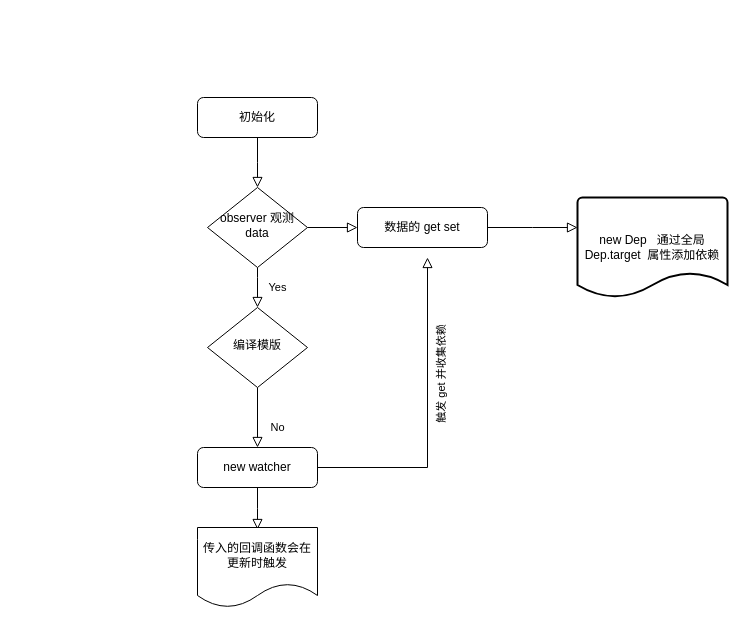
Yuchao-Qin/-webpack keeps this draw.io diagram as vue2.drawio. Above is the earlier version. Source tidied: cells renumbered, new cells numbered last; positions are measured from the earlier drawing's top-left corner, leaving out a move shared by most shapes. Both pictures are drawn from the tidied source at 100%, with x=0, y=0 at pixel (197, 97).
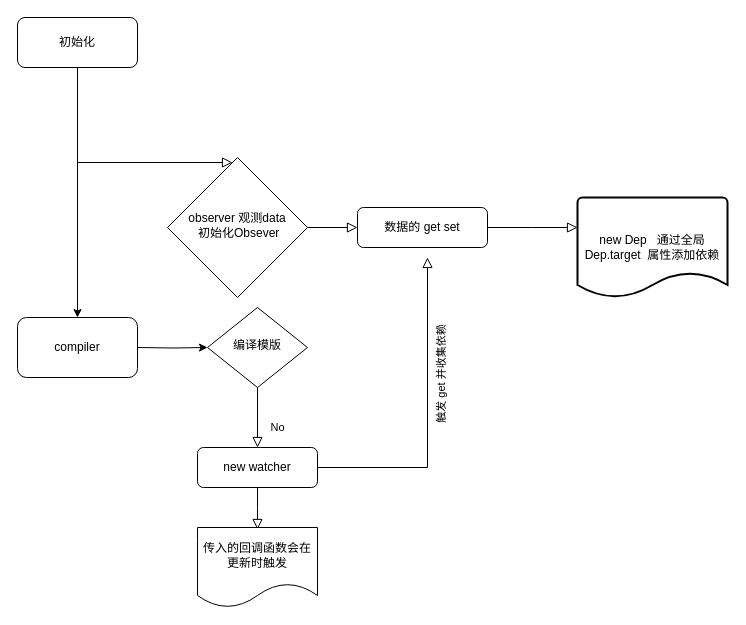
The same diagram, later.

Unchanged cells that the change refers to:
```xml
<mxCell id="10" value="编译模版" style="rhombus;whiteSpace=wrap;html=1;shadow=0;fontFamily=Helvetica;fontSize=12;align=center;strokeWidth=1;spacing=6;spacingTop=-4;" parent="1" vertex="1">
  <mxGeometry x="10" y="210" width="100" height="80" as="geometry" />
</mxCell>
```

What changed in the source:
```diff
@@
+    <mxCell id="16" style="edgeStyle=orthogonalEdgeStyle;rounded=0;jettySize=auto;html=1;" parent="1" edge="1" source="3" target="18">
+      <mxGeometry relative="1" as="geometry" />
+    </mxCell>
     <mxCell id="3" value="初始化" style="rounded=1;whiteSpace=wrap;html=1;fontSize=12;glass=0;strokeWidth=1;shadow=0;" parent="1" vertex="1">
-      <mxGeometry width="120" height="40" as="geometry" />
+      <mxGeometry x="-180" y="-80" width="120" height="50" as="geometry" />
     </mxCell>
-    <mxCell id="4" value="Yes" style="rounded=0;html=1;jettySize=auto;fontSize=11;endArrow=block;endFill=0;endSize=8;strokeWidth=1;shadow=0;labelBackgroundColor=none;edgeStyle=orthogonalEdgeStyle;" parent="1" edge="1" source="6" target="10">
-      <mxGeometry y="20" relative="1" as="geometry">
-        <Array as="points">
-          <mxPoint x="60" y="180" />
-          <mxPoint x="60" y="180" />
-        </Array>
-      </mxGeometry>
-    </mxCell>
@@
-    <mxCell id="6" value="observer 观测data" style="rhombus;whiteSpace=wrap;html=1;shadow=0;fontFamily=Helvetica;fontSize=12;align=center;strokeWidth=1;spacing=6;spacingTop=-4;" parent="1" vertex="1">
-      <mxGeometry x="10" y="90" width="100" height="80" as="geometry" />
+    <mxCell id="6" value="observer 观测data&lt;br&gt;&lt;span style=&quot;white-space: pre;&quot;&gt; &lt;/span&gt;初始化Obsever" style="rhombus;whiteSpace=wrap;html=1;shadow=0;fontFamily=Helvetica;fontSize=12;align=center;strokeWidth=1;spacing=6;spacingTop=-4;" parent="1" vertex="1">
+      <mxGeometry x="-30" y="60" width="140" height="140" as="geometry" />
     </mxCell>
@@
+    <mxCell id="17" style="edgeStyle=orthogonalEdgeStyle;rounded=0;jettySize=auto;html=1;entryX=0;entryY=0.5;entryDx=0;entryDy=0;" parent="1" edge="1" target="10">
+      <mxGeometry relative="1" as="geometry">
+        <mxPoint x="-60" y="250" as="sourcePoint" />
+      </mxGeometry>
+    </mxCell>
@@
+    <mxCell id="18" value="compiler" style="whiteSpace=wrap;html=1;rounded=1;glass=0;strokeWidth=1;shadow=0;" parent="1" vertex="1">
+      <mxGeometry x="-180" y="220" width="120" height="60" as="geometry" />
+    </mxCell>
```
